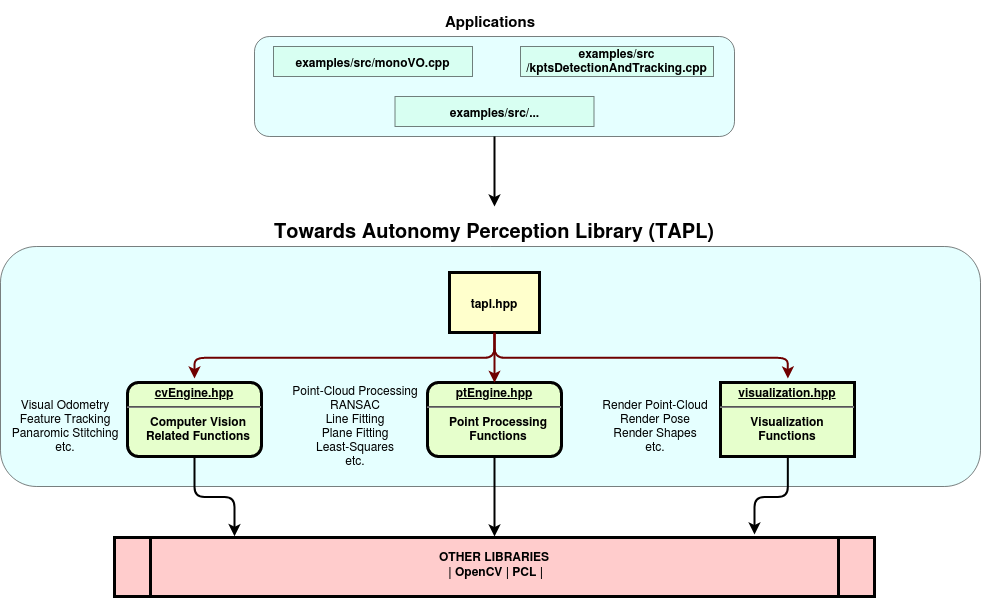
This is doc/tapl_architecture.png from towardsautonomy/towardsautonomy_website_backup, a draw.io export, as it was before one commit. Source tidied: cells renumbered, new cells last; positions are measured from the earlier drawing's top-left corner, leaving out a move shared by most shapes. Its diagram source:
```xml
<mxGraphModel background="#ffffff">
  <root>
    <mxCell id="0" />
    <mxCell id="1" parent="0" />
    <mxCell id="2" style="rounded=1;whiteSpace=wrap;html=1;fontSize=10;fillColor=#CCFFFF;opacity=50;" parent="1" vertex="1">
      <mxGeometry y="240" width="980" height="240" as="geometry" />
    </mxCell>
    <mxCell id="3" style="edgeStyle=orthogonalEdgeStyle;rounded=1;jumpSize=6;jettySize=auto;html=0;exitX=0.5;exitY=1;exitDx=0;exitDy=0;entryX=0.158;entryY=-0.017;entryDx=0;entryDy=0;entryPerimeter=0;startSize=6;endSize=6;targetPerimeterSpacing=5;strokeWidth=2;fontSize=10;" parent="1" edge="1" source="4" target="6">
      <mxGeometry relative="1" as="geometry" />
    </mxCell>
    <mxCell id="4" value="&lt;p style=&quot;margin: 0px ; margin-top: 4px ; text-align: center ; text-decoration: underline&quot;&gt;&lt;strong&gt;cvEngine.hpp&lt;br&gt;&lt;/strong&gt;&lt;/p&gt;&lt;hr&gt;&lt;p style=&quot;margin: 0px ; margin-left: 8px&quot;&gt;Computer Vision &lt;br&gt;&lt;/p&gt;&lt;p style=&quot;margin: 0px ; margin-left: 8px&quot;&gt;Related Functions&lt;br&gt;&lt;/p&gt;" style="verticalAlign=middle;align=center;overflow=fill;fontSize=12;fontFamily=Helvetica;html=1;rounded=1;fontStyle=1;strokeWidth=3;fillColor=#E6FFCC;" parent="1" vertex="1">
      <mxGeometry x="127" y="376" width="134" height="74" as="geometry" />
    </mxCell>
    <mxCell id="5" value="tapl.hpp" style="whiteSpace=wrap;align=center;verticalAlign=middle;fontStyle=1;strokeWidth=3;fillColor=#FFFFCC;" parent="1" vertex="1">
      <mxGeometry x="449" y="266" width="90" height="60" as="geometry" />
    </mxCell>
    <mxCell id="6" value="OTHER LIBRARIES &#10; | OpenCV | PCL |&#10;" style="shape=process;whiteSpace=wrap;align=center;verticalAlign=bottom;size=0.0475;fontStyle=1;strokeWidth=3;fillColor=#FFCCCC;" parent="1" vertex="1">
      <mxGeometry x="114" y="531" width="760" height="59" as="geometry" />
    </mxCell>
    <mxCell id="7" value="Visual Odometry&#10;Feature Tracking&#10;Panaromic Stitching&#10;etc.&#10;" style="text;spacingTop=-5;align=center;" parent="1" vertex="1">
      <mxGeometry x="50" y="390" width="30" height="20" as="geometry" />
    </mxCell>
    <mxCell id="8" style="edgeStyle=orthogonalEdgeStyle;elbow=horizontal;endArrow=classic;exitX=0.5;exitY=1;exitDx=0;exitDy=0;fillColor=#a20025;strokeColor=#6F0000;jumpSize=6;endSize=6;startSize=6;targetPerimeterSpacing=4;fontSize=10;strokeWidth=2;" parent="1" edge="1" source="5" target="4">
      <mxGeometry relative="1" as="geometry" />
    </mxCell>
    <mxCell id="9" style="edgeStyle=orthogonalEdgeStyle;rounded=1;jumpSize=6;jettySize=auto;html=0;exitX=0.5;exitY=1;exitDx=0;exitDy=0;startSize=6;endSize=6;targetPerimeterSpacing=5;strokeWidth=2;fontSize=10;" parent="1" edge="1" source="10">
      <mxGeometry relative="1" as="geometry">
        <mxPoint x="494" y="530" as="targetPoint" />
      </mxGeometry>
    </mxCell>
    <mxCell id="10" value="&lt;p style=&quot;margin: 0px ; margin-top: 4px ; text-align: center ; text-decoration: underline&quot;&gt;&lt;strong&gt;ptEngine.hpp&lt;br&gt;&lt;/strong&gt;&lt;/p&gt;&lt;hr&gt;&lt;p style=&quot;margin: 0px ; margin-left: 8px&quot;&gt;Point Processing&lt;/p&gt;&lt;p style=&quot;margin: 0px ; margin-left: 8px&quot;&gt;Functions&lt;br&gt;&lt;/p&gt;" style="verticalAlign=middle;align=center;overflow=fill;fontSize=12;fontFamily=Helvetica;html=1;rounded=1;fontStyle=1;strokeWidth=3;fillColor=#E6FFCC;" parent="1" vertex="1">
      <mxGeometry x="427" y="376" width="134" height="74" as="geometry" />
    </mxCell>
    <mxCell id="11" style="edgeStyle=orthogonalEdgeStyle;elbow=horizontal;endArrow=classic;html=1;exitX=0.5;exitY=1;exitDx=0;exitDy=0;fillColor=#a20025;strokeColor=#6F0000;jumpSize=6;endSize=6;startSize=6;targetPerimeterSpacing=4;entryX=0.5;entryY=0;entryDx=0;entryDy=0;strokeWidth=2;" parent="1" edge="1" source="5" target="10">
      <mxGeometry relative="1" as="geometry" />
    </mxCell>
    <mxCell id="12" value="Point-Cloud Processing&#10;RANSAC&#10;Line Fitting&#10;Plane Fitting&#10;Least-Squares&#10;etc.&#10;" style="text;spacingTop=-5;align=center;" parent="1" vertex="1">
      <mxGeometry x="340" y="376" width="30" height="20" as="geometry" />
    </mxCell>
    <mxCell id="13" style="edgeStyle=orthogonalEdgeStyle;rounded=1;jumpSize=6;jettySize=auto;html=0;entryX=0.842;entryY=-0.051;entryDx=0;entryDy=0;entryPerimeter=0;startSize=6;endSize=6;targetPerimeterSpacing=5;strokeWidth=2;fontSize=10;" parent="1" edge="1" source="14" target="6">
      <mxGeometry relative="1" as="geometry" />
    </mxCell>
    <mxCell id="14" value="&lt;p style=&quot;margin: 0px ; margin-top: 4px ; text-align: center ; text-decoration: underline&quot;&gt;&lt;strong&gt;visualization.hpp&lt;br&gt;&lt;/strong&gt;&lt;/p&gt;&lt;hr&gt;&lt;div&gt;Visualization &lt;br&gt;&lt;/div&gt;&lt;div&gt;Functions&lt;/div&gt;" style="verticalAlign=middle;align=center;overflow=fill;fontSize=12;fontFamily=Helvetica;html=1;rounded=1;fontStyle=1;strokeWidth=3;fillColor=#E6FFCC;arcSize=0;" parent="1" vertex="1">
      <mxGeometry x="720" y="376" width="134" height="74" as="geometry" />
    </mxCell>
    <mxCell id="15" value="Render Point-Cloud&#10;Render Pose&#10;Render Shapes&#10;etc.&#10;" style="text;spacingTop=-5;align=center;" parent="1" vertex="1">
      <mxGeometry x="640" y="390" width="30" height="20" as="geometry" />
    </mxCell>
    <mxCell id="16" style="edgeStyle=orthogonalEdgeStyle;elbow=horizontal;endArrow=classic;html=1;exitX=0.5;exitY=1;exitDx=0;exitDy=0;fillColor=#a20025;strokeColor=#6F0000;jumpSize=6;endSize=6;startSize=6;targetPerimeterSpacing=4;strokeWidth=2;" parent="1" edge="1" source="5" target="14">
      <mxGeometry relative="1" as="geometry" />
    </mxCell>
    <mxCell id="17" value="&lt;h1&gt;&lt;b&gt;Towards Autonomy Perception Library&lt;/b&gt; (TAPL)&lt;/h1&gt;" style="text;html=1;strokeColor=none;fillColor=none;align=center;verticalAlign=middle;whiteSpace=wrap;rounded=0;fontSize=10;opacity=50;" parent="1" vertex="1">
      <mxGeometry x="29" y="210" width="930" height="30" as="geometry" />
    </mxCell>
    <mxCell id="18" style="edgeStyle=orthogonalEdgeStyle;rounded=1;jumpSize=6;jettySize=auto;html=0;exitX=0.5;exitY=1;exitDx=0;exitDy=0;startSize=6;endSize=6;targetPerimeterSpacing=5;strokeWidth=2;fontSize=10;" parent="1" edge="1" source="19">
      <mxGeometry relative="1" as="geometry">
        <mxPoint x="494" y="200" as="targetPoint" />
      </mxGeometry>
    </mxCell>
    <mxCell id="19" style="rounded=1;whiteSpace=wrap;html=1;fontSize=10;fillColor=#CCFFFF;opacity=50;" parent="1" vertex="1">
      <mxGeometry x="254" y="30" width="480" height="100" as="geometry" />
    </mxCell>
    <mxCell id="20" value="&lt;h2&gt;Applications&lt;/h2&gt;" style="text;html=1;strokeColor=none;fillColor=none;align=center;verticalAlign=middle;whiteSpace=wrap;rounded=0;fontSize=10;opacity=50;" parent="1" vertex="1">
      <mxGeometry x="25" width="930" height="30" as="geometry" />
    </mxCell>
    <mxCell id="21" value="&lt;font style=&quot;font-size: 12px&quot;&gt;&lt;b&gt;examples/src/monoVO.cpp&lt;/b&gt;&lt;/font&gt;" style="rounded=0;whiteSpace=wrap;html=1;fillColor=#CCFFE6;fontSize=10;opacity=50;" parent="1" vertex="1">
      <mxGeometry x="273" y="40" width="199" height="30" as="geometry" />
    </mxCell>
    <mxCell id="22" value="&lt;font style=&quot;font-size: 12px&quot;&gt;&lt;b&gt;examples/src/kptsDetectionAndTracking.cpp&lt;/b&gt;&lt;/font&gt;" style="rounded=0;whiteSpace=wrap;html=1;fillColor=#CCFFE6;fontSize=10;opacity=50;" parent="1" vertex="1">
      <mxGeometry x="520" y="40" width="193" height="30" as="geometry" />
    </mxCell>
    <mxCell id="23" value="&lt;font style=&quot;font-size: 12px&quot;&gt;&lt;b&gt;examples/src/...&lt;/b&gt;&lt;/font&gt;" style="rounded=0;whiteSpace=wrap;html=1;fillColor=#CCFFE6;fontSize=10;opacity=50;" parent="1" vertex="1">
      <mxGeometry x="394.5" y="90" width="199" height="30" as="geometry" />
    </mxCell>
  </root>
</mxGraphModel>
```
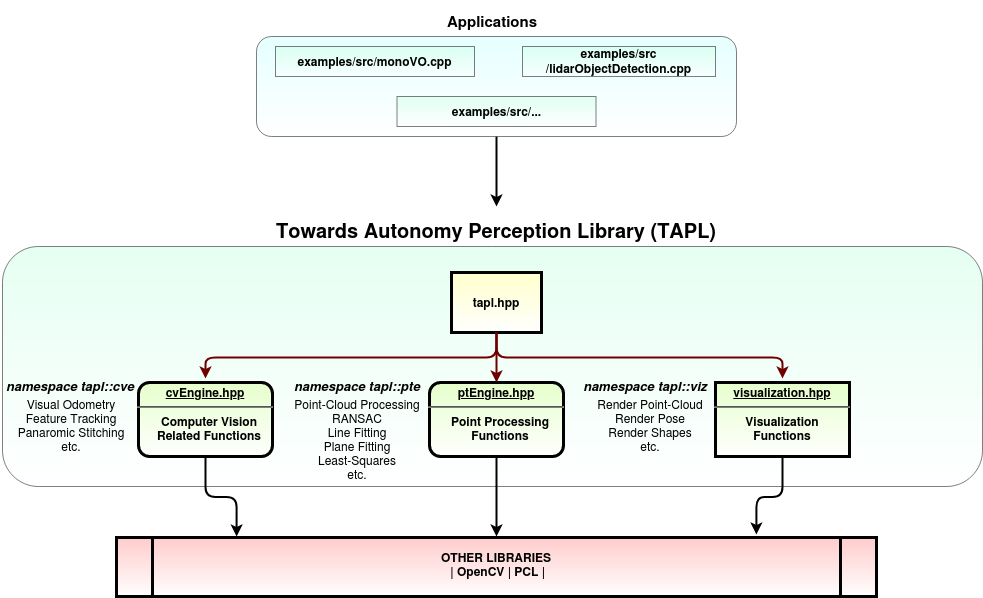
Above is the later version.

What changed in the source:
```diff
@@ -2,23 +2,23 @@
   <root>
     <mxCell id="0" />
     <mxCell id="1" parent="0" />
-    <mxCell id="2" style="rounded=1;whiteSpace=wrap;html=1;fontSize=10;fillColor=#CCFFFF;opacity=50;" parent="1" vertex="1">
+    <mxCell id="2" style="rounded=1;whiteSpace=wrap;html=1;fontSize=10;fillColor=#CCFFE6;opacity=50;gradientColor=#ffffff;" parent="1" vertex="1">
       <mxGeometry y="240" width="980" height="240" as="geometry" />
     </mxCell>
     <mxCell id="3" style="edgeStyle=orthogonalEdgeStyle;rounded=1;jumpSize=6;jettySize=auto;html=0;exitX=0.5;exitY=1;exitDx=0;exitDy=0;entryX=0.158;entryY=-0.017;entryDx=0;entryDy=0;entryPerimeter=0;startSize=6;endSize=6;targetPerimeterSpacing=5;strokeWidth=2;fontSize=10;" parent="1" edge="1" source="4" target="6">
       <mxGeometry relative="1" as="geometry" />
     </mxCell>
-    <mxCell id="4" value="&lt;p style=&quot;margin: 0px ; margin-top: 4px ; text-align: center ; text-decoration: underline&quot;&gt;&lt;strong&gt;cvEngine.hpp&lt;br&gt;&lt;/strong&gt;&lt;/p&gt;&lt;hr&gt;&lt;p style=&quot;margin: 0px ; margin-left: 8px&quot;&gt;Computer Vision &lt;br&gt;&lt;/p&gt;&lt;p style=&quot;margin: 0px ; margin-left: 8px&quot;&gt;Related Functions&lt;br&gt;&lt;/p&gt;" style="verticalAlign=middle;align=center;overflow=fill;fontSize=12;fontFamily=Helvetica;html=1;rounded=1;fontStyle=1;strokeWidth=3;fillColor=#E6FFCC;" parent="1" vertex="1">
-      <mxGeometry x="127" y="376" width="134" height="74" as="geometry" />
+    <mxCell id="4" value="&lt;p style=&quot;margin: 0px ; margin-top: 4px ; text-align: center ; text-decoration: underline&quot;&gt;&lt;strong&gt;cvEngine.hpp&lt;br&gt;&lt;/strong&gt;&lt;/p&gt;&lt;hr&gt;&lt;p style=&quot;margin: 0px ; margin-left: 8px&quot;&gt;Computer Vision &lt;br&gt;&lt;/p&gt;&lt;p style=&quot;margin: 0px ; margin-left: 8px&quot;&gt;Related Functions&lt;br&gt;&lt;/p&gt;" style="verticalAlign=middle;align=center;overflow=fill;fontSize=12;fontFamily=Helvetica;html=1;rounded=1;fontStyle=1;strokeWidth=3;fillColor=#E6FFCC;gradientColor=#ffffff;" parent="1" vertex="1">
+      <mxGeometry x="136" y="376" width="134" height="74" as="geometry" />
     </mxCell>
-    <mxCell id="5" value="tapl.hpp" style="whiteSpace=wrap;align=center;verticalAlign=middle;fontStyle=1;strokeWidth=3;fillColor=#FFFFCC;" parent="1" vertex="1">
+    <mxCell id="5" value="tapl.hpp" style="whiteSpace=wrap;align=center;verticalAlign=middle;fontStyle=1;strokeWidth=3;fillColor=#FFFFCC;gradientColor=#ffffff;" parent="1" vertex="1">
       <mxGeometry x="449" y="266" width="90" height="60" as="geometry" />
     </mxCell>
-    <mxCell id="6" value="OTHER LIBRARIES &#10; | OpenCV | PCL |&#10;" style="shape=process;whiteSpace=wrap;align=center;verticalAlign=bottom;size=0.0475;fontStyle=1;strokeWidth=3;fillColor=#FFCCCC;" parent="1" vertex="1">
+    <mxCell id="6" value="OTHER LIBRARIES &#10; | OpenCV | PCL |&#10;" style="shape=process;whiteSpace=wrap;align=center;verticalAlign=bottom;size=0.0475;fontStyle=1;strokeWidth=3;fillColor=#FFCCCC;gradientColor=#ffffff;" parent="1" vertex="1">
       <mxGeometry x="114" y="531" width="760" height="59" as="geometry" />
     </mxCell>
     <mxCell id="7" value="Visual Odometry&#10;Feature Tracking&#10;Panaromic Stitching&#10;etc.&#10;" style="text;spacingTop=-5;align=center;" parent="1" vertex="1">
-      <mxGeometry x="50" y="390" width="30" height="20" as="geometry" />
+      <mxGeometry x="54" y="390" width="30" height="20" as="geometry" />
     </mxCell>
     <mxCell id="8" style="edgeStyle=orthogonalEdgeStyle;elbow=horizontal;endArrow=classic;exitX=0.5;exitY=1;exitDx=0;exitDy=0;fillColor=#a20025;strokeColor=#6F0000;jumpSize=6;endSize=6;startSize=6;targetPerimeterSpacing=4;fontSize=10;strokeWidth=2;" parent="1" edge="1" source="5" target="4">
       <mxGeometry relative="1" as="geometry" />
@@ -28,23 +28,23 @@
         <mxPoint x="494" y="530" as="targetPoint" />
       </mxGeometry>
     </mxCell>
-    <mxCell id="10" value="&lt;p style=&quot;margin: 0px ; margin-top: 4px ; text-align: center ; text-decoration: underline&quot;&gt;&lt;strong&gt;ptEngine.hpp&lt;br&gt;&lt;/strong&gt;&lt;/p&gt;&lt;hr&gt;&lt;p style=&quot;margin: 0px ; margin-left: 8px&quot;&gt;Point Processing&lt;/p&gt;&lt;p style=&quot;margin: 0px ; margin-left: 8px&quot;&gt;Functions&lt;br&gt;&lt;/p&gt;" style="verticalAlign=middle;align=center;overflow=fill;fontSize=12;fontFamily=Helvetica;html=1;rounded=1;fontStyle=1;strokeWidth=3;fillColor=#E6FFCC;" parent="1" vertex="1">
+    <mxCell id="10" value="&lt;p style=&quot;margin: 0px ; margin-top: 4px ; text-align: center ; text-decoration: underline&quot;&gt;&lt;strong&gt;ptEngine.hpp&lt;br&gt;&lt;/strong&gt;&lt;/p&gt;&lt;hr&gt;&lt;p style=&quot;margin: 0px ; margin-left: 8px&quot;&gt;Point Processing&lt;/p&gt;&lt;p style=&quot;margin: 0px ; margin-left: 8px&quot;&gt;Functions&lt;br&gt;&lt;/p&gt;" style="verticalAlign=middle;align=center;overflow=fill;fontSize=12;fontFamily=Helvetica;html=1;rounded=1;fontStyle=1;strokeWidth=3;fillColor=#E6FFCC;gradientColor=#ffffff;" parent="1" vertex="1">
       <mxGeometry x="427" y="376" width="134" height="74" as="geometry" />
     </mxCell>
     <mxCell id="11" style="edgeStyle=orthogonalEdgeStyle;elbow=horizontal;endArrow=classic;html=1;exitX=0.5;exitY=1;exitDx=0;exitDy=0;fillColor=#a20025;strokeColor=#6F0000;jumpSize=6;endSize=6;startSize=6;targetPerimeterSpacing=4;entryX=0.5;entryY=0;entryDx=0;entryDy=0;strokeWidth=2;" parent="1" edge="1" source="5" target="10">
       <mxGeometry relative="1" as="geometry" />
     </mxCell>
     <mxCell id="12" value="Point-Cloud Processing&#10;RANSAC&#10;Line Fitting&#10;Plane Fitting&#10;Least-Squares&#10;etc.&#10;" style="text;spacingTop=-5;align=center;" parent="1" vertex="1">
-      <mxGeometry x="340" y="376" width="30" height="20" as="geometry" />
+      <mxGeometry x="340" y="390" width="30" height="20" as="geometry" />
     </mxCell>
     <mxCell id="13" style="edgeStyle=orthogonalEdgeStyle;rounded=1;jumpSize=6;jettySize=auto;html=0;entryX=0.842;entryY=-0.051;entryDx=0;entryDy=0;entryPerimeter=0;startSize=6;endSize=6;targetPerimeterSpacing=5;strokeWidth=2;fontSize=10;" parent="1" edge="1" source="14" target="6">
       <mxGeometry relative="1" as="geometry" />
     </mxCell>
-    <mxCell id="14" value="&lt;p style=&quot;margin: 0px ; margin-top: 4px ; text-align: center ; text-decoration: underline&quot;&gt;&lt;strong&gt;visualization.hpp&lt;br&gt;&lt;/strong&gt;&lt;/p&gt;&lt;hr&gt;&lt;div&gt;Visualization &lt;br&gt;&lt;/div&gt;&lt;div&gt;Functions&lt;/div&gt;" style="verticalAlign=middle;align=center;overflow=fill;fontSize=12;fontFamily=Helvetica;html=1;rounded=1;fontStyle=1;strokeWidth=3;fillColor=#E6FFCC;arcSize=0;" parent="1" vertex="1">
-      <mxGeometry x="720" y="376" width="134" height="74" as="geometry" />
+    <mxCell id="14" value="&lt;p style=&quot;margin: 0px ; margin-top: 4px ; text-align: center ; text-decoration: underline&quot;&gt;&lt;strong&gt;visualization.hpp&lt;br&gt;&lt;/strong&gt;&lt;/p&gt;&lt;hr&gt;&lt;div&gt;Visualization &lt;br&gt;&lt;/div&gt;&lt;div&gt;Functions&lt;/div&gt;" style="verticalAlign=middle;align=center;overflow=fill;fontSize=12;fontFamily=Helvetica;html=1;rounded=1;fontStyle=1;strokeWidth=3;fillColor=#E6FFCC;arcSize=0;gradientColor=#ffffff;" parent="1" vertex="1">
+      <mxGeometry x="713" y="376" width="134" height="74" as="geometry" />
     </mxCell>
     <mxCell id="15" value="Render Point-Cloud&#10;Render Pose&#10;Render Shapes&#10;etc.&#10;" style="text;spacingTop=-5;align=center;" parent="1" vertex="1">
-      <mxGeometry x="640" y="390" width="30" height="20" as="geometry" />
+      <mxGeometry x="633" y="390" width="30" height="20" as="geometry" />
     </mxCell>
     <mxCell id="16" style="edgeStyle=orthogonalEdgeStyle;elbow=horizontal;endArrow=classic;html=1;exitX=0.5;exitY=1;exitDx=0;exitDy=0;fillColor=#a20025;strokeColor=#6F0000;jumpSize=6;endSize=6;startSize=6;targetPerimeterSpacing=4;strokeWidth=2;" parent="1" edge="1" source="5" target="14">
       <mxGeometry relative="1" as="geometry" />
@@ -57,20 +57,32 @@
         <mxPoint x="494" y="200" as="targetPoint" />
       </mxGeometry>
     </mxCell>
-    <mxCell id="19" style="rounded=1;whiteSpace=wrap;html=1;fontSize=10;fillColor=#CCFFFF;opacity=50;" parent="1" vertex="1">
+    <mxCell id="19" style="rounded=1;whiteSpace=wrap;html=1;fontSize=10;fillColor=#CCFFFF;opacity=50;gradientColor=#ffffff;" parent="1" vertex="1">
       <mxGeometry x="254" y="30" width="480" height="100" as="geometry" />
     </mxCell>
     <mxCell id="20" value="&lt;h2&gt;Applications&lt;/h2&gt;" style="text;html=1;strokeColor=none;fillColor=none;align=center;verticalAlign=middle;whiteSpace=wrap;rounded=0;fontSize=10;opacity=50;" parent="1" vertex="1">
       <mxGeometry x="25" width="930" height="30" as="geometry" />
     </mxCell>
-    <mxCell id="21" value="&lt;font style=&quot;font-size: 12px&quot;&gt;&lt;b&gt;examples/src/monoVO.cpp&lt;/b&gt;&lt;/font&gt;" style="rounded=0;whiteSpace=wrap;html=1;fillColor=#CCFFE6;fontSize=10;opacity=50;" parent="1" vertex="1">
+    <mxCell id="21" value="&lt;font style=&quot;font-size: 12px&quot;&gt;&lt;b&gt;examples/src/monoVO.cpp&lt;/b&gt;&lt;/font&gt;" style="rounded=0;whiteSpace=wrap;html=1;fillColor=#CCFFE6;fontSize=10;opacity=50;gradientColor=#ffffff;" parent="1" vertex="1">
       <mxGeometry x="273" y="40" width="199" height="30" as="geometry" />
     </mxCell>
-    <mxCell id="22" value="&lt;font style=&quot;font-size: 12px&quot;&gt;&lt;b&gt;examples/src/kptsDetectionAndTracking.cpp&lt;/b&gt;&lt;/font&gt;" style="rounded=0;whiteSpace=wrap;html=1;fillColor=#CCFFE6;fontSize=10;opacity=50;" parent="1" vertex="1">
+    <mxCell id="22" value="&lt;font style=&quot;font-size: 12px&quot;&gt;&lt;b&gt;examples/src/lidarObjectDetection.cpp&lt;/b&gt;&lt;/font&gt;" style="rounded=0;whiteSpace=wrap;html=1;fillColor=#CCFFE6;fontSize=10;opacity=50;gradientColor=#ffffff;" parent="1" vertex="1">
       <mxGeometry x="520" y="40" width="193" height="30" as="geometry" />
     </mxCell>
-    <mxCell id="23" value="&lt;font style=&quot;font-size: 12px&quot;&gt;&lt;b&gt;examples/src/...&lt;/b&gt;&lt;/font&gt;" style="rounded=0;whiteSpace=wrap;html=1;fillColor=#CCFFE6;fontSize=10;opacity=50;" parent="1" vertex="1">
+    <mxCell id="23" value="&lt;font style=&quot;font-size: 12px&quot;&gt;&lt;b&gt;examples/src/...&lt;/b&gt;&lt;/font&gt;" style="rounded=0;whiteSpace=wrap;html=1;fillColor=#CCFFE6;fontSize=10;opacity=50;gradientColor=#ffffff;" parent="1" vertex="1">
       <mxGeometry x="394.5" y="90" width="199" height="30" as="geometry" />
     </mxCell>
+    <mxCell id="24" value="&lt;font style=&quot;font-size: 13px&quot;&gt;&lt;i&gt;&lt;b&gt;namespace tapl::cve&lt;/b&gt;&lt;/i&gt;&lt;/font&gt;" style="text;html=1;strokeColor=none;fillColor=none;align=center;verticalAlign=middle;whiteSpace=wrap;rounded=0;" parent="1" vertex="1">
+      <mxGeometry x="-2" y="370" width="140" height="20" as="geometry" />
+    </mxCell>
+    <mxCell id="25" value="&lt;font style=&quot;font-size: 13px&quot;&gt;&lt;i&gt;&lt;b&gt;namespace tapl::pte&lt;/b&gt;&lt;/i&gt;&lt;/font&gt;" style="text;html=1;strokeColor=none;fillColor=none;align=center;verticalAlign=middle;whiteSpace=wrap;rounded=0;" parent="1" vertex="1">
+      <mxGeometry x="285" y="370" width="140" height="20" as="geometry" />
+    </mxCell>
+    <mxCell id="26" style="edgeStyle=orthogonalEdgeStyle;rounded=0;orthogonalLoop=1;jettySize=auto;html=1;exitX=0.5;exitY=1;exitDx=0;exitDy=0;" parent="1" edge="1" source="7" target="7">
+      <mxGeometry relative="1" as="geometry" />
+    </mxCell>
+    <mxCell id="27" value="&lt;font style=&quot;font-size: 13px&quot;&gt;&lt;i&gt;&lt;b&gt;namespace tapl::viz&lt;/b&gt;&lt;/i&gt;&lt;/font&gt;" style="text;html=1;strokeColor=none;fillColor=none;align=center;verticalAlign=middle;whiteSpace=wrap;rounded=0;" parent="1" vertex="1">
+      <mxGeometry x="573" y="370" width="140" height="20" as="geometry" />
+    </mxCell>
   </root>
 </mxGraphModel>
```
